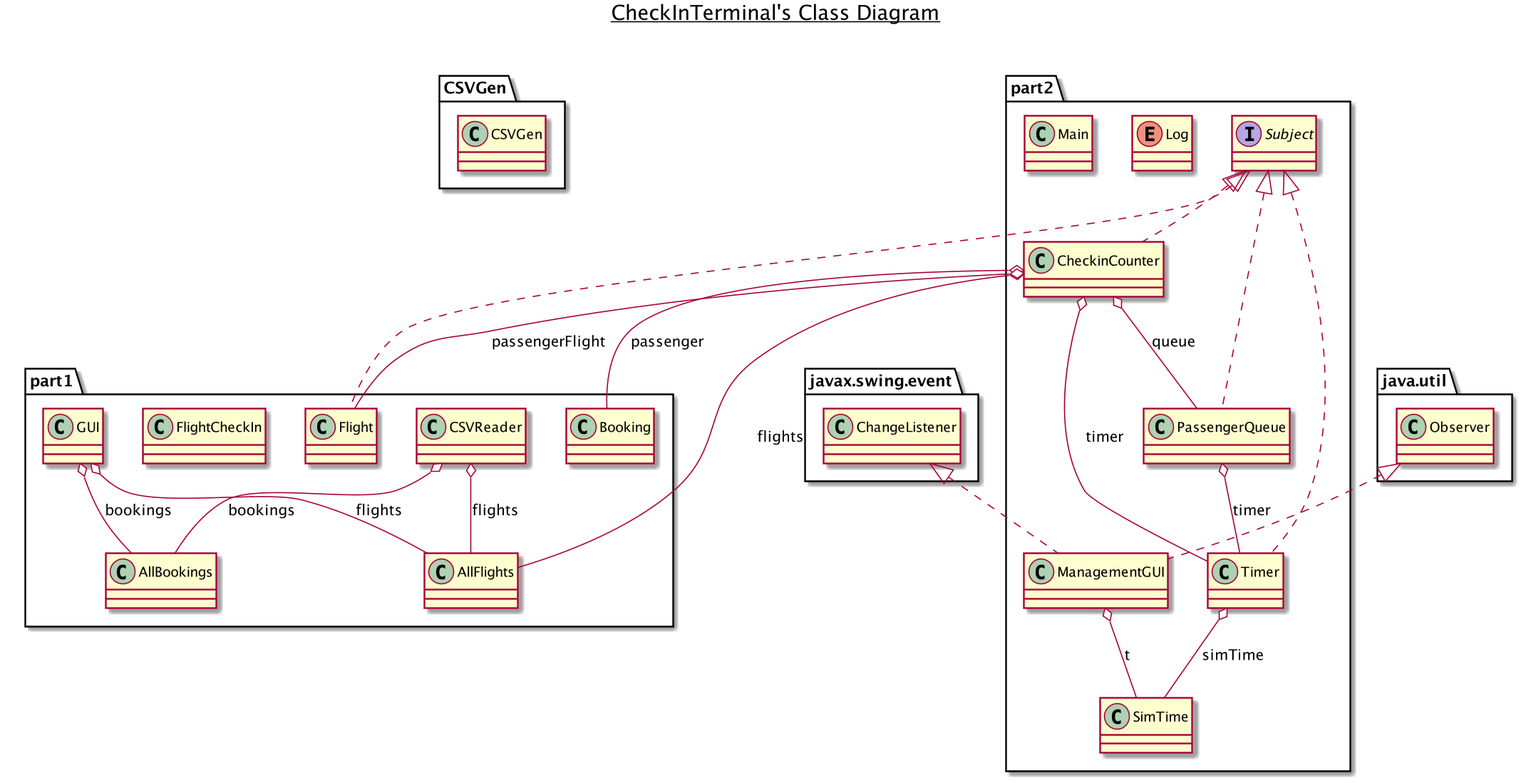
Joshua-Roe/advanced_software_engineering keeps this PlantUML diagram as images/CheckInTerminal.png. Above is the earlier version. Source of this version:
```plantuml
@startuml

title __CheckInTerminal's Class Diagram__\n

  namespace CSVGen {
    class CSVGen.CSVGen {
    }
  }


  namespace part1 {
    class part1.AllBookings {
    }
  }


  namespace part1 {
    class part1.AllFlights {
    }
  }


  namespace part1 {
    class part1.Booking {
    }
  }


  namespace part1 {
    class part1.CSVReader {
    }
  }


  namespace part1 {
    class part1.Flight {
    }
  }


  namespace part1 {
    class part1.FlightCheckIn {
    }
  }


  namespace part1 {
    class part1.GUI {
    }
  }


  namespace part2 {
    class part2.CheckinCounter {
    }
  }


  namespace part2 {
    enum Log {
    }
  }


  namespace part2 {
    class part2.Main {
    }
  }


  namespace part2 {
    class part2.ManagementGUI {
    }
  }


  namespace part2 {
    class part2.PassengerQueue {
    }
  }


  namespace part2 {
    class part2.SimTime {
    }
  }


  namespace part2 {
    interface part2.Subject {
    }
  }


  namespace part2 {
    class part2.Timer {
    }
  }


  part1.CSVReader o-- part1.AllBookings : bookings
  part1.CSVReader o-- part1.AllFlights : flights
  part1.Flight .up.|> part2.Subject
  part1.GUI o-- part1.AllBookings : bookings
  part1.GUI o-- part1.AllFlights : flights
  part2.CheckinCounter .up.|> part2.Subject
  part2.CheckinCounter o-- part1.AllFlights : flights
  part2.CheckinCounter o-- part1.Booking : passenger
  part2.CheckinCounter o-- part1.Flight : passengerFlight
  part2.CheckinCounter o-- part2.PassengerQueue : queue
  part2.CheckinCounter o-- part2.Timer : timer
  part2.ManagementGUI .up.|> java.util.Observer
  part2.ManagementGUI .up.|> javax.swing.event.ChangeListener
  part2.ManagementGUI o-- part2.SimTime : t
  part2.PassengerQueue .up.|> part2.Subject
  part2.PassengerQueue o-- part2.Timer : timer
  part2.Timer .up.|> part2.Subject
  part2.Timer o-- part2.SimTime : simTime


@enduml
```
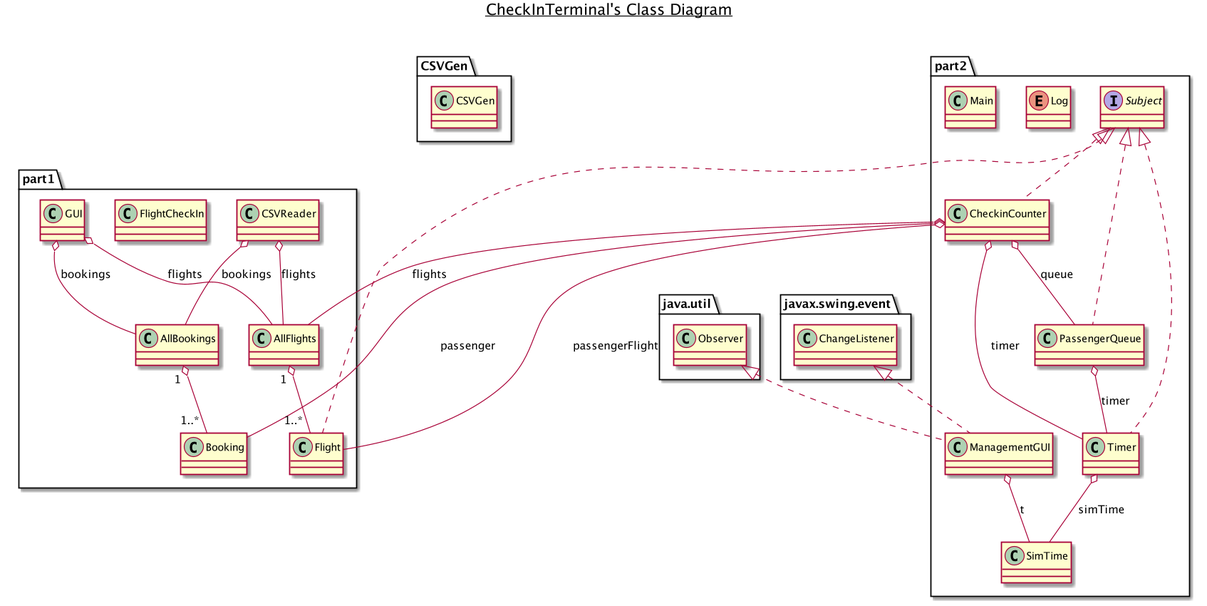
After the change.

Commit message:
Update UML Class Diagrams in images folder (source: plantuml and png formats): CheckInTerminal part1 part2

Diff of the diagram source:
```diff
@@ -116,6 +116,8 @@
   part2.PassengerQueue o-- part2.Timer : timer
   part2.Timer .up.|> part2.Subject
   part2.Timer o-- part2.SimTime : simTime
+  part1.AllBookings "1 " o-- "1..* " part1.Booking
+  part1.AllFlights "1 " o-- "1..* " part1.Flight
 
 
 @enduml
```
